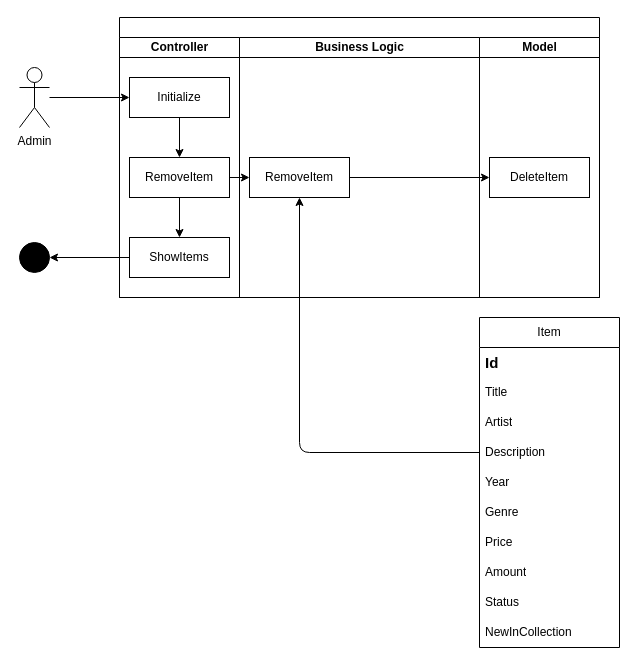
The draw.io diagram diagrams/ASD/RemoveItem.drawio in JochemGrootherder/educom-webshop-runtime-records, before the edit. Source tidied: cells renumbered, new cells numbered last; positions are measured from the earlier drawing's top-left corner, leaving out a move shared by most shapes. Both pictures are drawn from the tidied source at 100%, with x=0, y=0 at pixel (19, 17).
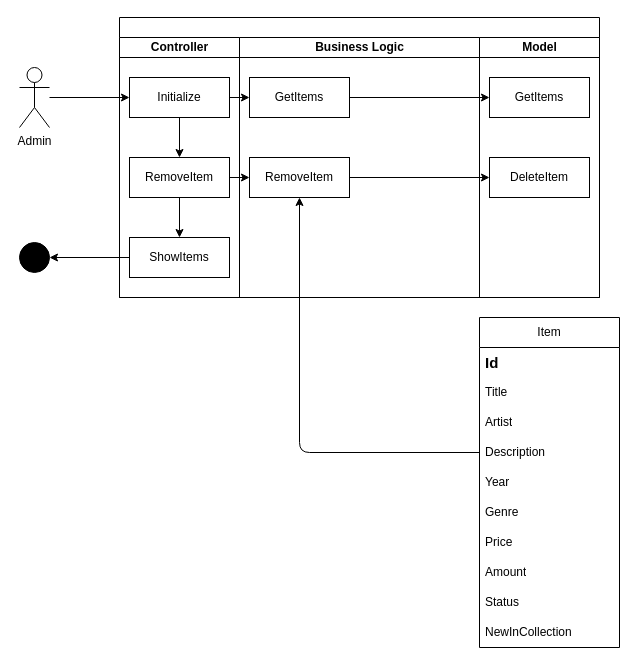
Above is the later version.

Unchanged cells that the change refers to:
```xml
<mxCell id="2" style="swimlane;startSize=20;html=1;" parent="1" vertex="1">
  <mxGeometry x="100" width="480" height="280" as="geometry" />
</mxCell>
<mxCell id="5" value="Initialize" style="rounded=0;whiteSpace=wrap;html=1;" parent="3" vertex="1">
  <mxGeometry x="10" y="40" width="100" height="40" as="geometry" />
</mxCell>
<mxCell id="9" value="Business Logic" style="swimlane;startSize=20;html=1;" parent="2" vertex="1">
  <mxGeometry x="120" y="20" width="240" height="260" as="geometry" />
</mxCell>
<mxCell id="11" value="Model" style="swimlane;startSize=20;html=1;" parent="2" vertex="1">
  <mxGeometry x="360" y="20" width="120" height="260" as="geometry" />
</mxCell>
```

What changed in the source:
```diff
@@
+    <mxCell id="31" value="GetItems" style="rounded=0;whiteSpace=wrap;html=1;" parent="9" vertex="1">
+      <mxGeometry x="10" y="40" width="100" height="40" as="geometry" />
+    </mxCell>
@@
+    <mxCell id="32" value="GetItems" style="rounded=0;whiteSpace=wrap;html=1;" parent="11" vertex="1">
+      <mxGeometry x="10" y="40" width="100" height="40" as="geometry" />
+    </mxCell>
@@
+    <mxCell id="33" style="edgeStyle=none;html=1;" parent="2" edge="1" source="31" target="32">
+      <mxGeometry relative="1" as="geometry" />
+    </mxCell>
+    <mxCell id="34" style="edgeStyle=none;html=1;" parent="2" edge="1" source="5" target="31">
+      <mxGeometry relative="1" as="geometry" />
+    </mxCell>
```
